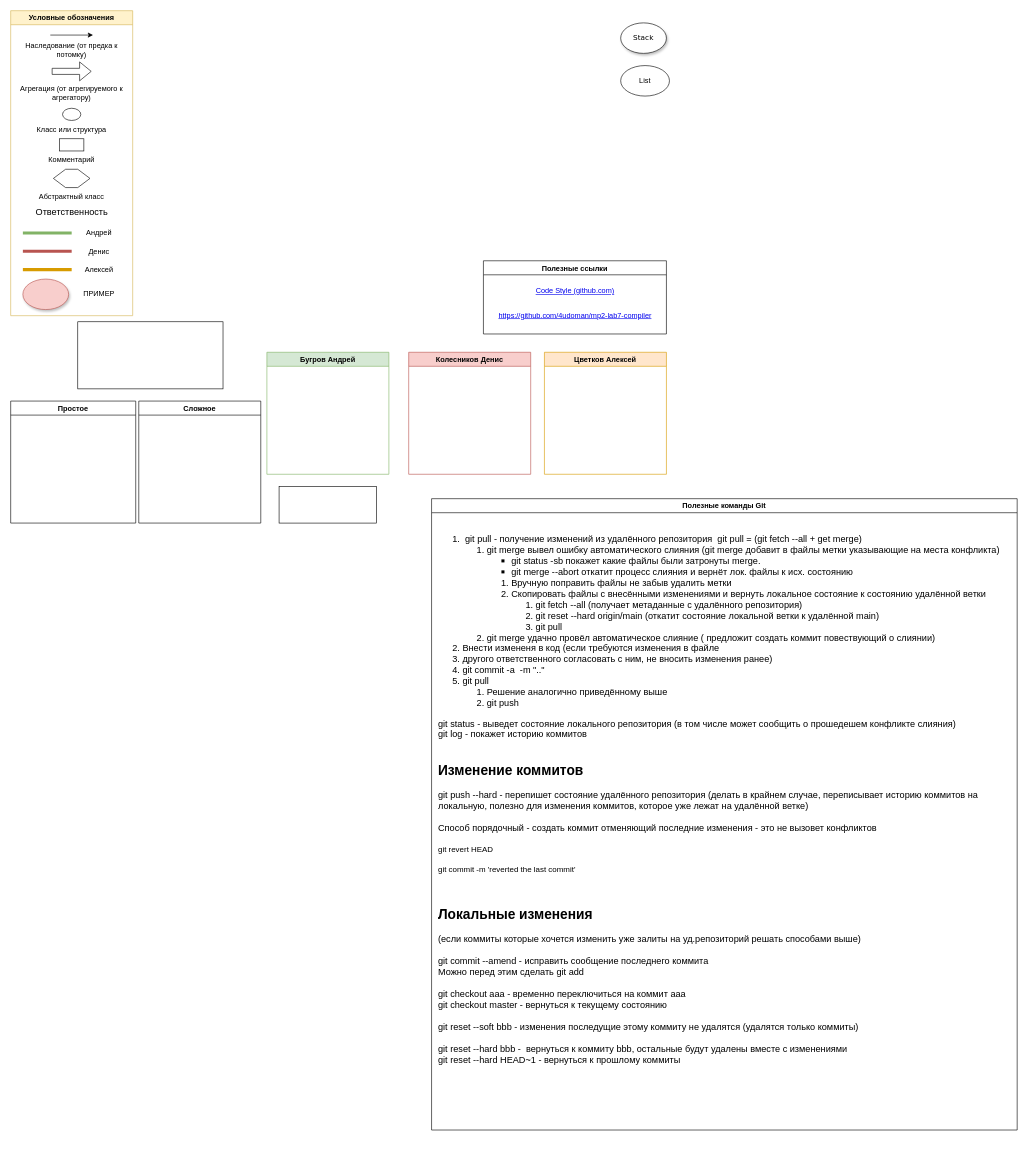
Above: Class_Diagram.drawio in ParkerProbe/mp2-lab7-compiler (draw.io), before the change. Source tidied: cells renumbered, new cells numbered last; positions are measured from the earlier drawing's top-left corner, leaving out a move shared by most shapes. Both pictures are drawn from the tidied source at 61%, with x=0, y=0 at pixel (10, 10).
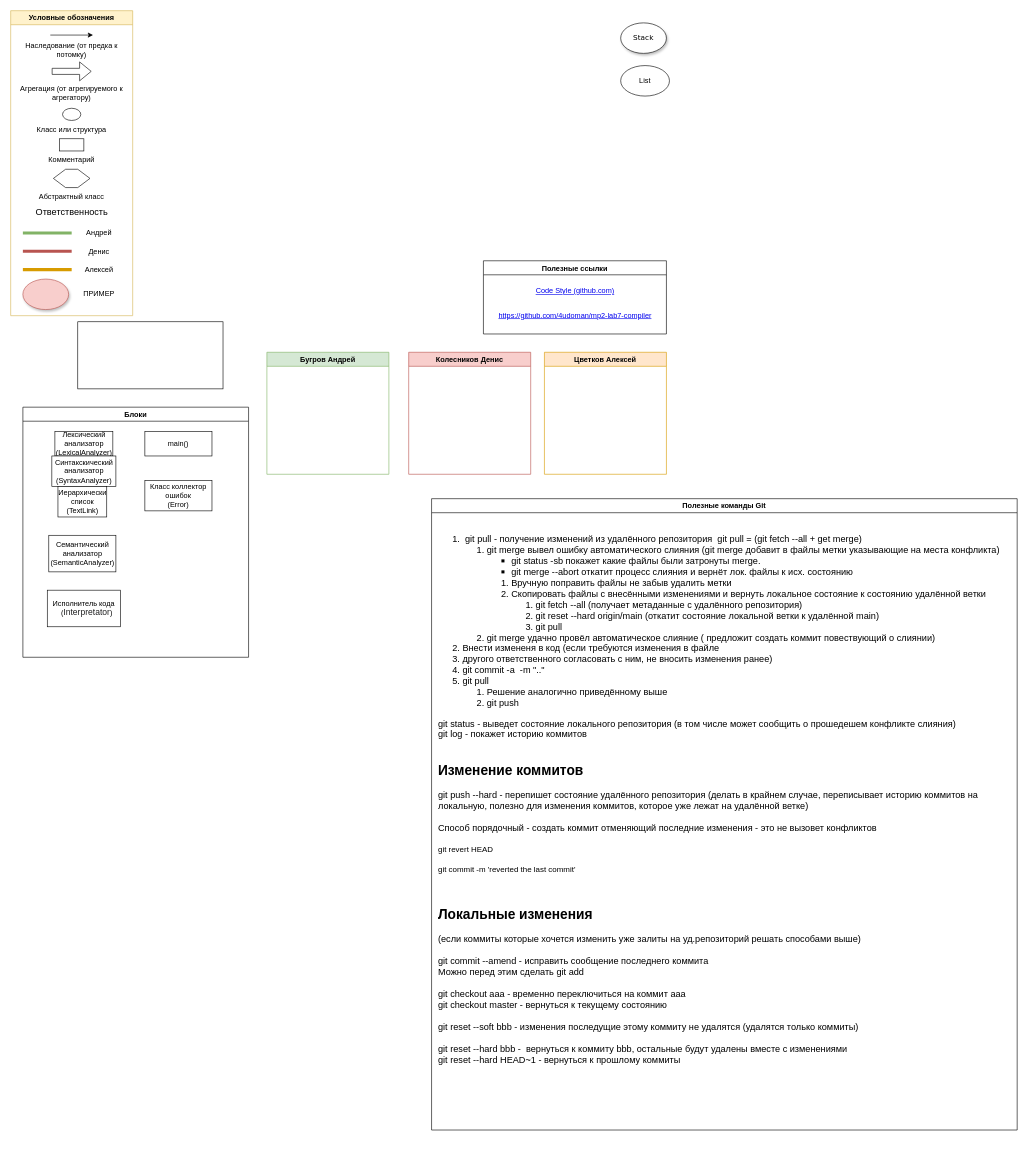
The same diagram, later.

Change to the diagram source:
```diff
@@
-    <mxCell id="30" value="Простое" style="swimlane;" parent="1" vertex="1">
-      <mxGeometry y="640" width="205" height="200" as="geometry" />
-    </mxCell>
-    <mxCell id="31" value="Сложное" style="swimlane;" parent="1" vertex="1">
-      <mxGeometry x="210" y="640" width="200" height="200" as="geometry" />
+    <mxCell id="31" value="Блоки" style="swimlane;" parent="1" vertex="1">
+      <mxGeometry x="20" y="650" width="370" height="410" as="geometry" />
     </mxCell>
+    <mxCell id="37" value="Семантический&lt;br&gt;анализатор&lt;br&gt;(SemanticAnalyzer)" style="rounded=0;whiteSpace=wrap;html=1;" parent="31" vertex="1">
+      <mxGeometry x="42.5" y="210" width="110" height="60" as="geometry" />
+    </mxCell>
+    <mxCell id="38" value="Исполнитель кода&lt;br&gt;&lt;div&gt;&lt;span&gt;&amp;nbsp; &amp;nbsp;(&lt;/span&gt;&lt;font color=&quot;#202122&quot; face=&quot;sans-serif&quot;&gt;&lt;span style=&quot;font-size: 14px ; background-color: rgb(255 , 255 , 255)&quot;&gt;Interpretator&lt;/span&gt;&lt;/font&gt;&lt;span&gt;)&lt;/span&gt;&lt;/div&gt;" style="rounded=0;whiteSpace=wrap;html=1;" parent="31" vertex="1">
+      <mxGeometry x="40" y="300" width="120" height="60" as="geometry" />
+    </mxCell>
+    <mxCell id="39" value="main()" style="rounded=0;whiteSpace=wrap;html=1;" parent="31" vertex="1">
+      <mxGeometry x="200" y="40" width="110" height="40" as="geometry" />
+    </mxCell>
-    <mxCell id="32" style="rounded=0;whiteSpace=wrap;html=1;" parent="1" vertex="1">
-      <mxGeometry x="440" y="780" width="160" height="60" as="geometry" />
+    <mxCell id="32" value="Класс коллектор ошибок&lt;br&gt;(Error)" style="rounded=0;whiteSpace=wrap;html=1;" parent="31" vertex="1">
+      <mxGeometry x="200" y="120" width="110" height="50" as="geometry" />
     </mxCell>
+    <mxCell id="40" style="group;" parent="31" vertex="1">
+      <mxGeometry x="47.5" y="40" width="105" height="140" as="geometry" />
+    </mxCell>
+    <mxCell id="41" value="Лексический анализатор&lt;br&gt;(LexicalAnalyzer)" style="rounded=0;whiteSpace=wrap;html=1;" parent="40" vertex="1">
+      <mxGeometry x="5" width="95" height="40" as="geometry" />
+    </mxCell>
+    <mxCell id="42" style="group;" parent="40" vertex="1">
+      <mxGeometry y="40" width="105" height="100" as="geometry" />
+    </mxCell>
+    <mxCell id="43" value="Синтакскический&lt;br&gt;анализатор&lt;br&gt;(SyntaxAnalyzer)" style="rounded=0;whiteSpace=wrap;html=1;" parent="42" vertex="1">
+      <mxGeometry width="105" height="50" as="geometry" />
+    </mxCell>
+    <mxCell id="44" value="Иерархически&lt;br&gt;список&lt;br&gt;(TextLink)" style="rounded=0;whiteSpace=wrap;html=1;" parent="42" vertex="1">
+      <mxGeometry x="10" y="50" width="80" height="50" as="geometry" />
+    </mxCell>
```
